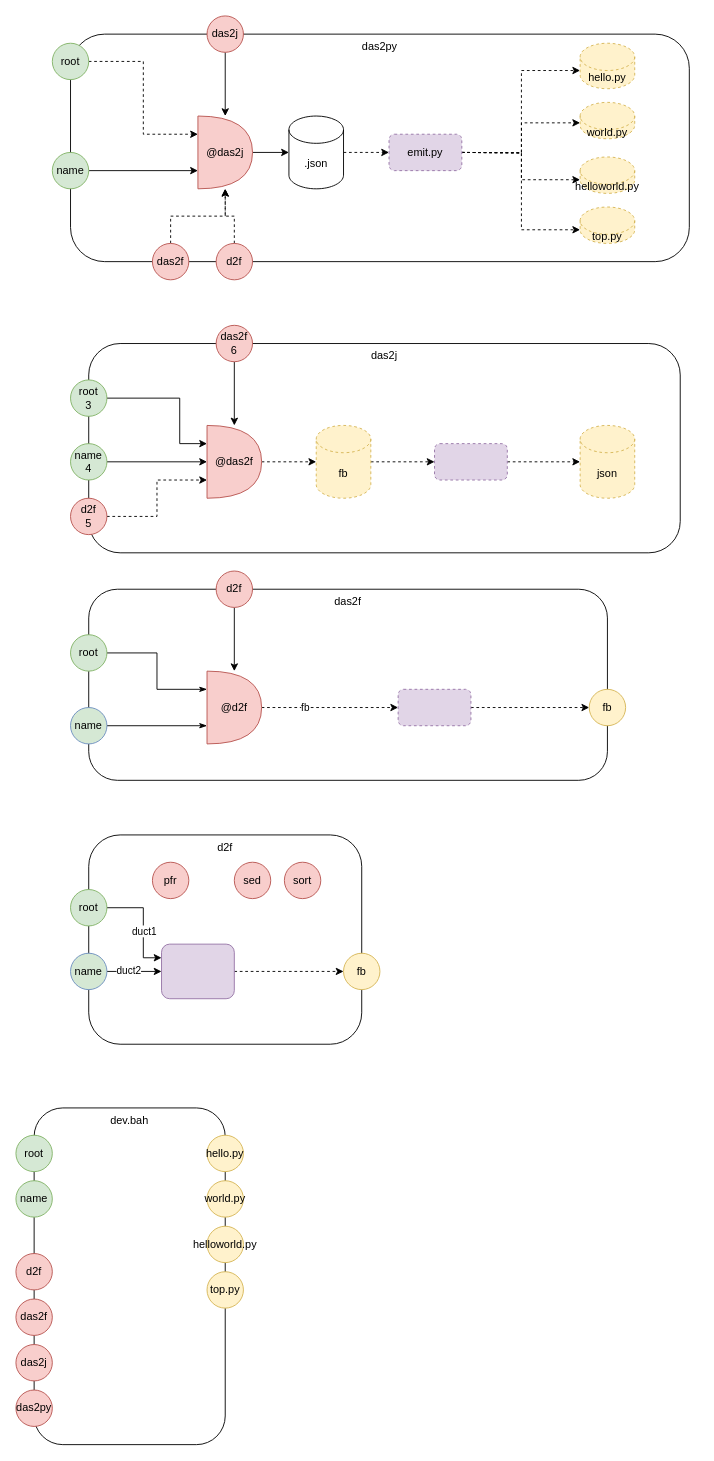
The draw.io diagram components.drawio in guitarvydas/d2py, before the edit. Source tidied: cells renumbered, new cells numbered last; positions are measured from the earlier drawing's top-left corner, leaving out a move shared by most shapes. Both pictures are drawn from the tidied source at 91%, with x=0, y=0 at pixel (15, 15).
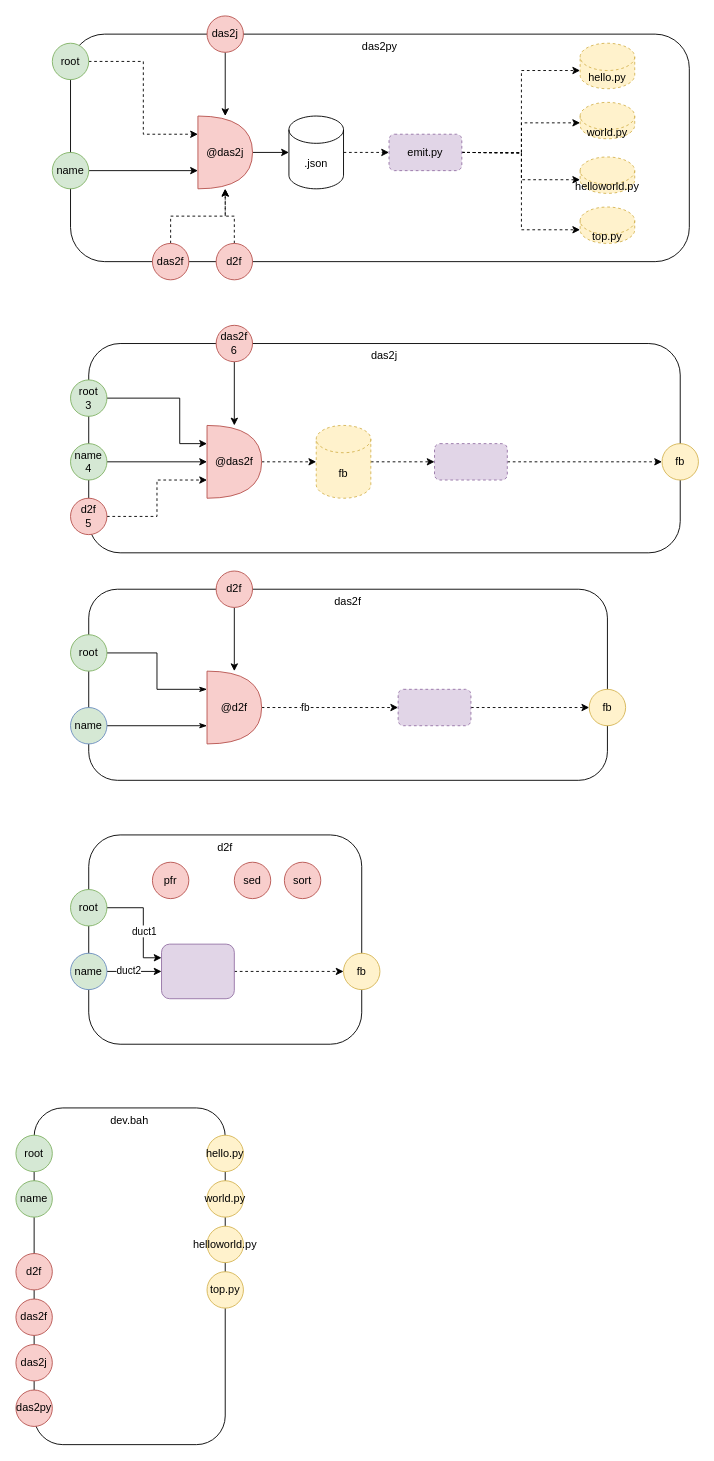
The same page after the edit.

Commit message (it also covers changes not shown here):
das2j again (output to port)

Unchanged cells that the change refers to:
```xml
<mxCell id="67" style="rounded=1;whiteSpace=wrap;html=1;fillColor=#e1d5e7;strokeColor=#9673a6;dashed=1;" parent="1" vertex="1">
  <mxGeometry x="460" y="470" width="80" height="40" as="geometry" />
</mxCell>
```

Change to the diagram source:
```diff
@@
-    <mxCell id="63" value="json" style="shape=cylinder3;whiteSpace=wrap;html=1;boundedLbl=1;backgroundOutline=1;size=15;dashed=1;fillColor=#fff2cc;strokeColor=#d6b656;" parent="1" vertex="1">
-      <mxGeometry x="620" y="450" width="60" height="80" as="geometry" />
-    </mxCell>
@@
-    <mxCell id="66" style="edgeStyle=orthogonalEdgeStyle;rounded=0;jettySize=auto;html=1;dashed=1;endArrow=classic;endFill=1;strokeColor=#000000;strokeWidth=1;" parent="1" edge="1" source="67" target="63">
-      <mxGeometry relative="1" as="geometry" />
-    </mxCell>
+    <mxCell id="79" style="edgeStyle=orthogonalEdgeStyle;rounded=0;jettySize=auto;html=1;exitX=1;exitY=0.5;exitDx=0;exitDy=0;entryX=0;entryY=0.5;entryDx=0;entryDy=0;dashed=1;endArrow=classic;endFill=1;strokeColor=#000000;strokeWidth=1;" parent="1" edge="1" source="67" target="80">
+      <mxGeometry relative="1" as="geometry" />
+    </mxCell>
@@
+    <mxCell id="80" value="fb" style="ellipse;whiteSpace=wrap;html=1;fillColor=#fff2cc;strokeColor=#d6b656;" parent="1" vertex="1">
+      <mxGeometry x="710" y="470" width="40" height="40" as="geometry" />
+    </mxCell>
```
